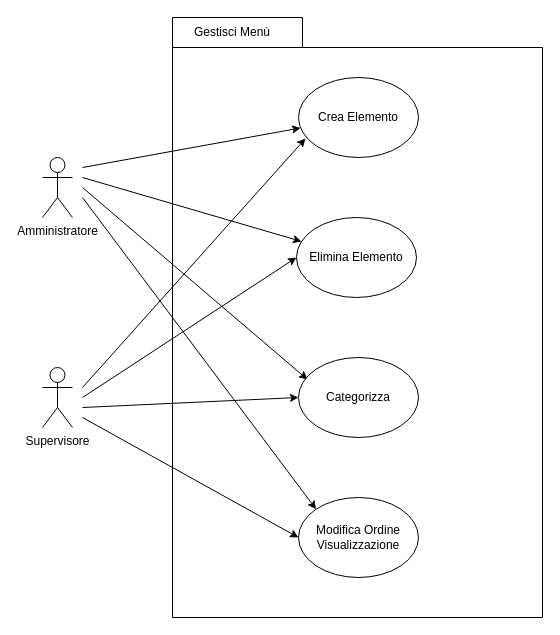
This is page "Package Gestisci Menù" (2 of 3) of Documentazione/Use Case/Use Case.drawio from Chriss1618/ProgettoINGSW, a draw.io file, before an edit. Source tidied: cells renumbered, new cells numbered last; positions are measured from the earlier drawing's top-left corner, leaving out a move shared by most shapes. Both pictures are drawn from the tidied source at 100%, with x=0, y=0 at pixel (42, 17).
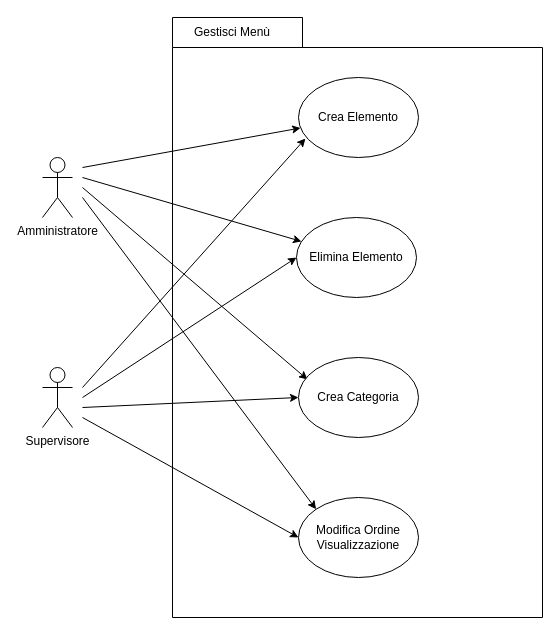
Above is the later version.

What changed in the source:
```diff
@@
-    <mxCell id="11" value="Categorizza" style="ellipse;whiteSpace=wrap;html=1;" parent="1" vertex="1">
+    <mxCell id="11" value="Crea Categoria" style="ellipse;whiteSpace=wrap;html=1;" parent="1" vertex="1">
       <mxGeometry x="256" y="340" width="120" height="80" as="geometry" />
     </mxCell>
```
